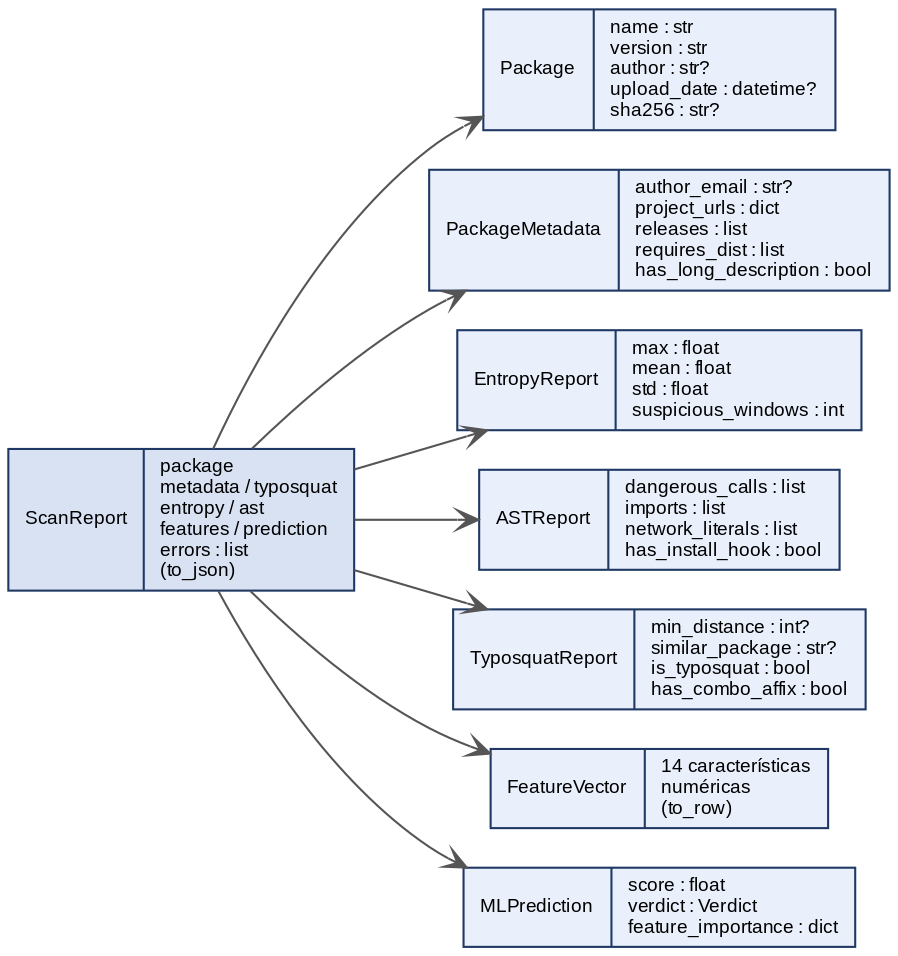
The Graphviz diagram docs/diagrams/dominio.png in GjuanETH/PyScan, before a commit. Its source is kept beside it as docs/diagrams/dominio.dot. Its diagram source:
```dot
digraph G {
  rankdir=LR; bgcolor="white";
  node [shape=record fontname="Arial" fontsize=9 style="filled" color="#1F3864" fillcolor="#EAF0FB"];
  edge [fontname="Arial" fontsize=8 color="#555555" arrowhead=vee];

  Package [label="{Package|name : str\lversion : str\lauthor : str?\lupload_date : datetime?\lsha256 : str?\l}"];
  Meta [label="{PackageMetadata|author_email : str?\lproject_urls : dict\lreleases : list\lrequires_dist : list\lhas_long_description : bool\l}"];
  Ent [label="{EntropyReport|max : float\lmean : float\lstd : float\lsuspicious_windows : int\l}"];
  AST [label="{ASTReport|dangerous_calls : list\limports : list\lnetwork_literals : list\lhas_install_hook : bool\l}"];
  Typo [label="{TyposquatReport|min_distance : int?\lsimilar_package : str?\lis_typosquat : bool\lhas_combo_affix : bool\l}"];
  FV [label="{FeatureVector|14 características\lnuméricas\l(to_row)\l}"];
  ML [label="{MLPrediction|score : float\lverdict : Verdict\lfeature_importance : dict\l}"];
  SR [label="{ScanReport|package\lmetadata / typosquat\lentropy / ast\lfeatures / prediction\lerrors : list\l(to_json)\l}" fillcolor="#D9E2F3"];

  SR -> Package; SR -> Meta; SR -> Ent; SR -> AST; SR -> Typo; SR -> FV; SR -> ML;
}
```
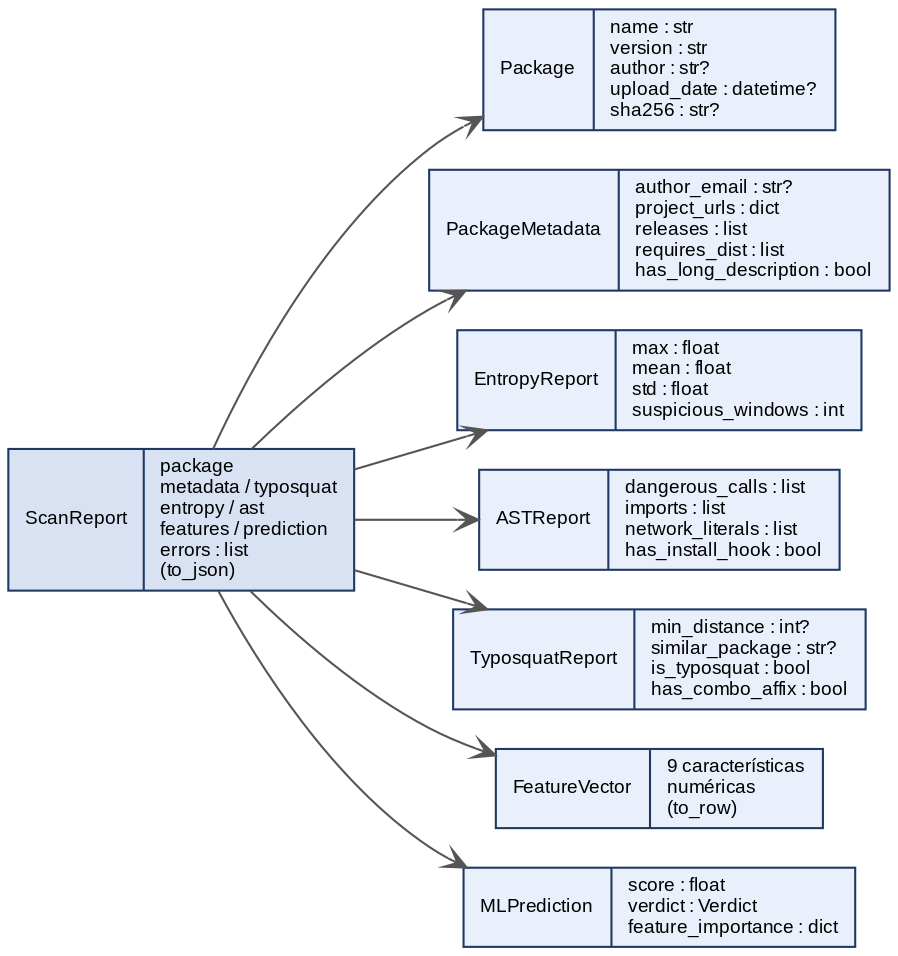
Later version of the same file.

Commit message:
docs(diagramas): FeatureVector de 9 características en flujo y dominio (Figuras 3.2 y 3.5)

Diff of the diagram source:
```diff
@@ -8,7 +8,7 @@
   Ent [label="{EntropyReport|max : float\lmean : float\lstd : float\lsuspicious_windows : int\l}"];
   AST [label="{ASTReport|dangerous_calls : list\limports : list\lnetwork_literals : list\lhas_install_hook : bool\l}"];
   Typo [label="{TyposquatReport|min_distance : int?\lsimilar_package : str?\lis_typosquat : bool\lhas_combo_affix : bool\l}"];
-  FV [label="{FeatureVector|14 características\lnuméricas\l(to_row)\l}"];
+  FV [label="{FeatureVector|9 características\lnuméricas\l(to_row)\l}"];
   ML [label="{MLPrediction|score : float\lverdict : Verdict\lfeature_importance : dict\l}"];
   SR [label="{ScanReport|package\lmetadata / typosquat\lentropy / ast\lfeatures / prediction\lerrors : list\l(to_json)\l}" fillcolor="#D9E2F3"];
 
```
